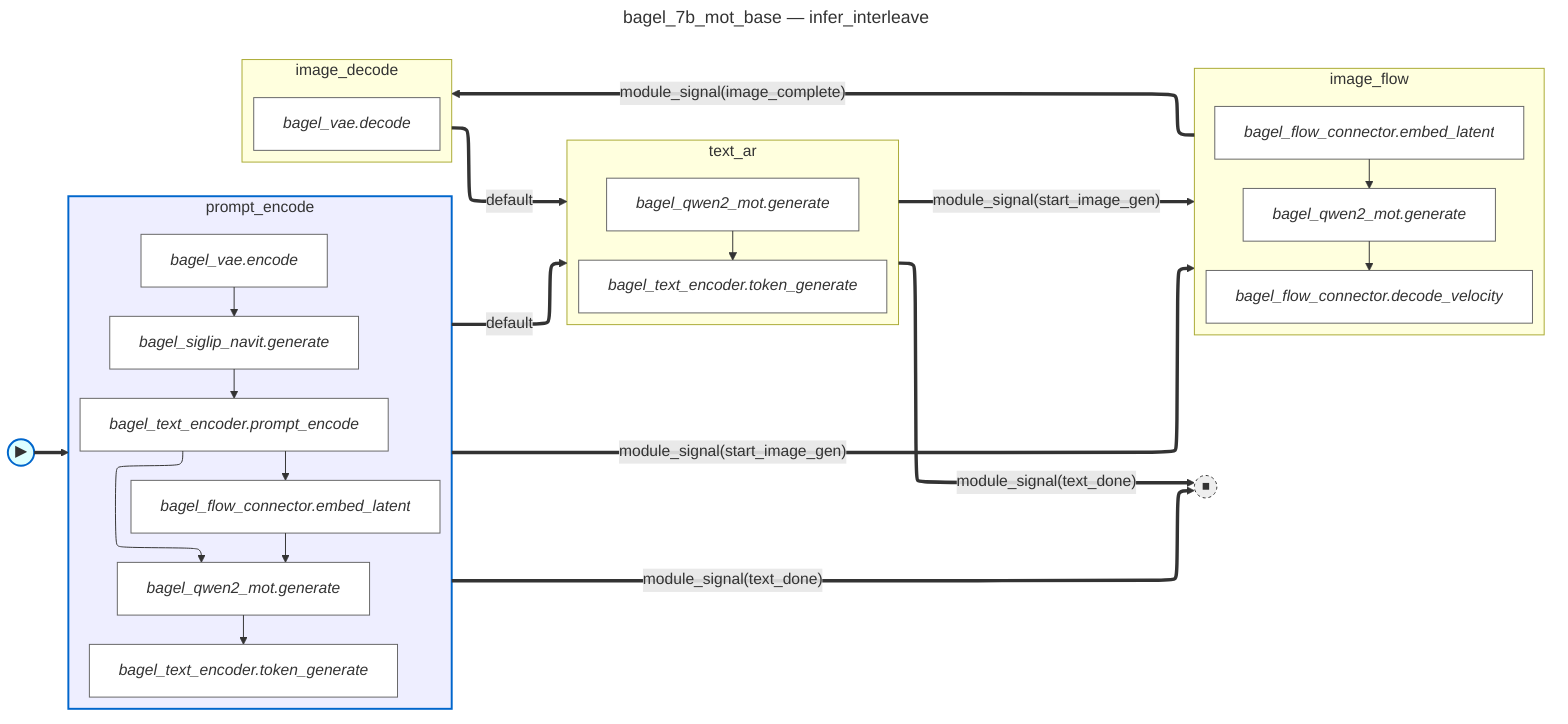
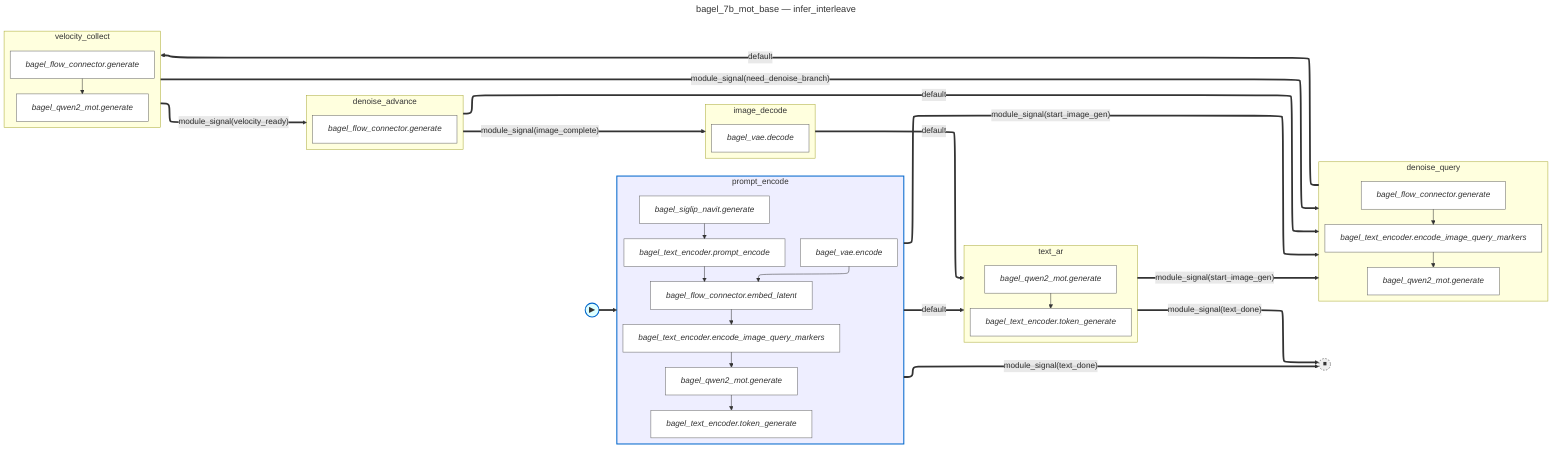
---
title: bagel_7b_mot_base — infer_interleave
---
%%{init: {'flowchart': {'defaultRenderer': 'elk'}}}%%
flowchart LR
    fsm_start(("▶")):::fsm_start
    fsm_done(("⏹")):::fsm_terminal
    subgraph state_prompt_encode [prompt_encode]
        direction TB
        prompt_encode__bagel_vae_encode["<i>bagel_vae.encode</i>"]:::body_node
+         prompt_encode__bagel_flow_connector_embed_latent["<i>bagel_flow_connector.embed_latent</i>"]:::body_node
        prompt_encode__bagel_siglip_navit_generate["<i>bagel_siglip_navit.generate</i>"]:::body_node
        prompt_encode__bagel_text_encoder_prompt_encode["<i>bagel_text_encoder.prompt_encode</i>"]:::body_node
-         prompt_encode__bagel_flow_connector_embed_latent["<i>bagel_flow_connector.embed_latent</i>"]:::body_node
+         prompt_encode__bagel_text_encoder_encode_image_query_markers["<i>bagel_text_encoder.encode_image_query_markers</i>"]:::body_node
        prompt_encode__bagel_qwen2_mot_generate["<i>bagel_qwen2_mot.generate</i>"]:::body_node
        prompt_encode__bagel_text_encoder_token_generate["<i>bagel_text_encoder.token_generate</i>"]:::body_node
-         prompt_encode__bagel_vae_encode --> prompt_encode__bagel_siglip_navit_generate
+         prompt_encode__bagel_vae_encode --> prompt_encode__bagel_flow_connector_embed_latent
        prompt_encode__bagel_siglip_navit_generate --> prompt_encode__bagel_text_encoder_prompt_encode
        prompt_encode__bagel_text_encoder_prompt_encode --> prompt_encode__bagel_flow_connector_embed_latent
-         prompt_encode__bagel_flow_connector_embed_latent --> prompt_encode__bagel_qwen2_mot_generate
-         prompt_encode__bagel_text_encoder_prompt_encode --> prompt_encode__bagel_qwen2_mot_generate
+         prompt_encode__bagel_flow_connector_embed_latent --> prompt_encode__bagel_text_encoder_encode_image_query_markers
+         prompt_encode__bagel_text_encoder_encode_image_query_markers --> prompt_encode__bagel_qwen2_mot_generate
        prompt_encode__bagel_qwen2_mot_generate --> prompt_encode__bagel_text_encoder_token_generate
    end
    subgraph state_text_ar [text_ar]
        direction TB
        text_ar__bagel_qwen2_mot_generate["<i>bagel_qwen2_mot.generate</i>"]:::body_node
        text_ar__bagel_text_encoder_token_generate["<i>bagel_text_encoder.token_generate</i>"]:::body_node
        text_ar__bagel_qwen2_mot_generate --> text_ar__bagel_text_encoder_token_generate
    end
-     subgraph state_image_flow [image_flow]
+     subgraph state_denoise_query [denoise_query]
        direction TB
-         image_flow__bagel_flow_connector_embed_latent["<i>bagel_flow_connector.embed_latent</i>"]:::body_node
-         image_flow__bagel_qwen2_mot_generate["<i>bagel_qwen2_mot.generate</i>"]:::body_node
-         image_flow__bagel_flow_connector_decode_velocity["<i>bagel_flow_connector.decode_velocity</i>"]:::body_node
-         image_flow__bagel_flow_connector_embed_latent --> image_flow__bagel_qwen2_mot_generate
-         image_flow__bagel_qwen2_mot_generate --> image_flow__bagel_flow_connector_decode_velocity
+         denoise_query__bagel_flow_connector_generate["<i>bagel_flow_connector.generate</i>"]:::body_node
+         denoise_query__bagel_text_encoder_encode_image_query_markers["<i>bagel_text_encoder.encode_image_query_markers</i>"]:::body_node
+         denoise_query__bagel_qwen2_mot_generate["<i>bagel_qwen2_mot.generate</i>"]:::body_node
+         denoise_query__bagel_flow_connector_generate --> denoise_query__bagel_text_encoder_encode_image_query_markers
+         denoise_query__bagel_text_encoder_encode_image_query_markers --> denoise_query__bagel_qwen2_mot_generate
+     end
+     subgraph state_velocity_collect [velocity_collect]
+         direction TB
+         velocity_collect__bagel_flow_connector_generate["<i>bagel_flow_connector.generate</i>"]:::body_node
+         velocity_collect__bagel_qwen2_mot_generate["<i>bagel_qwen2_mot.generate</i>"]:::body_node
+         velocity_collect__bagel_flow_connector_generate --> velocity_collect__bagel_qwen2_mot_generate
+     end
+     subgraph state_denoise_advance [denoise_advance]
+         direction TB
+         denoise_advance__bagel_flow_connector_generate["<i>bagel_flow_connector.generate</i>"]:::body_node
    end
    subgraph state_image_decode [image_decode]
        direction TB
        image_decode__bagel_vae_decode["<i>bagel_vae.decode</i>"]:::body_node
    end
    fsm_start ==> state_prompt_encode
-     state_prompt_encode ==>|"module_signal(start_image_gen)"| state_image_flow
+     state_prompt_encode ==>|"module_signal(start_image_gen)"| state_denoise_query
    state_prompt_encode ==>|"module_signal(text_done)"| fsm_done
    state_prompt_encode ==>|"default"| state_text_ar
-     state_text_ar ==>|"module_signal(start_image_gen)"| state_image_flow
+     state_text_ar ==>|"module_signal(start_image_gen)"| state_denoise_query
    state_text_ar ==>|"module_signal(text_done)"| fsm_done
-     state_image_flow ==>|"module_signal(image_complete)"| state_image_decode
+     state_denoise_query ==>|"default"| state_velocity_collect
+     state_velocity_collect ==>|"module_signal(need_denoise_branch)"| state_denoise_query
+     state_velocity_collect ==>|"module_signal(velocity_ready)"| state_denoise_advance
+     state_denoise_advance ==>|"module_signal(image_complete)"| state_image_decode
+     state_denoise_advance ==>|"default"| state_denoise_query
    state_image_decode ==>|"default"| state_text_ar
    classDef body_node fill:#fff,stroke:#666
    classDef fsm_start fill:#dff,stroke:#06c,stroke-width:2px
    classDef fsm_terminal fill:#eee,stroke:#333,stroke-width:1px,stroke-dasharray:3 3
    style state_prompt_encode fill:#eef,stroke:#06c,stroke-width:2px
